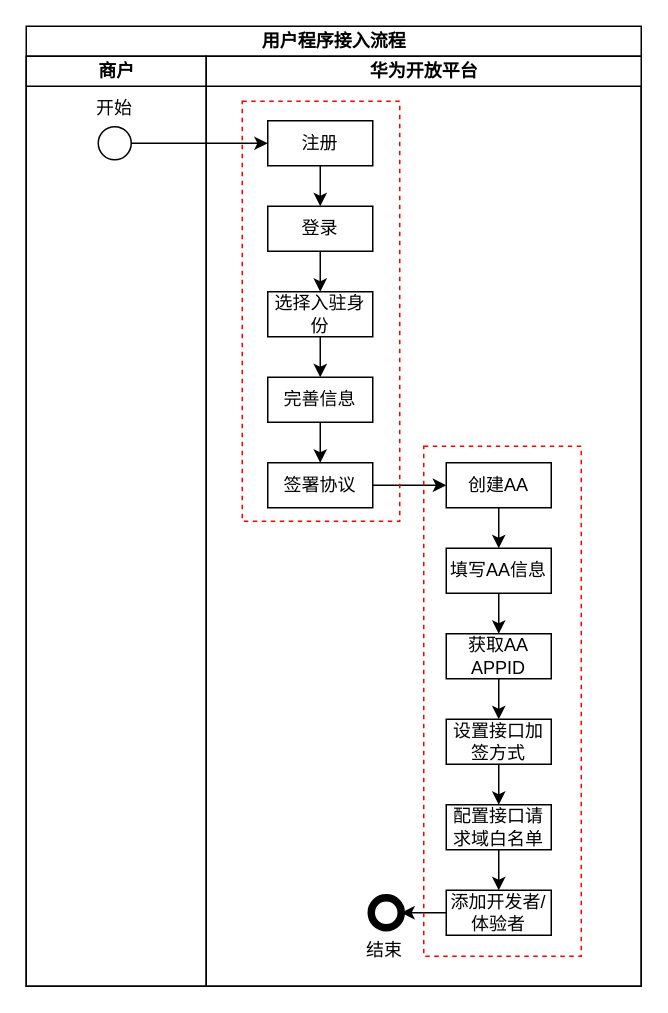
Earlier version of the draw.io diagram draw/注册-创建AA.drawio (befairyliu/draw.io). Source tidied: cells renumbered, new cells numbered last; positions are measured from the earlier drawing's top-left corner, leaving out a move shared by most shapes. Both pictures are drawn from the tidied source at 150%, with x=0, y=0 at pixel (26, 26).
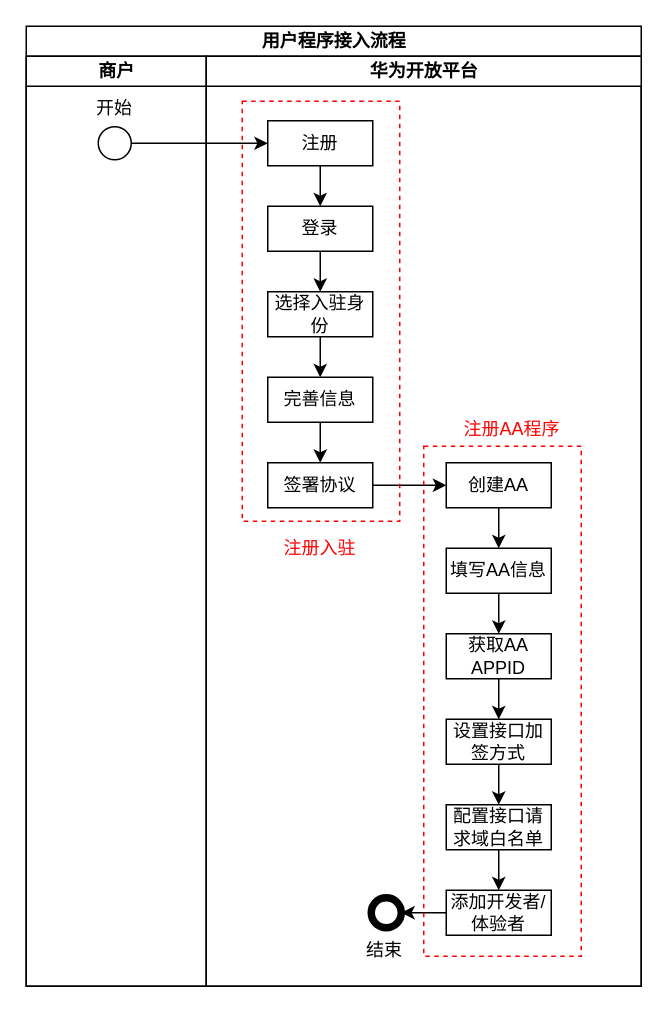
The same diagram, later.

Unchanged cells that the change refers to:
```xml
<mxCell id="5" value="华为开放平台" style="swimlane;html=1;startSize=20;" parent="2" vertex="1">
  <mxGeometry x="120" y="20" width="290" height="620" as="geometry" />
</mxCell>
```

The edit, as a diff of the source:
```diff
@@
+    <mxCell id="34" value="&lt;font color=&quot;#ff0000&quot;&gt;注册入驻&lt;/font&gt;" style="text;html=1;align=left;verticalAlign=top;spacingTop=-4;" parent="5" vertex="1">
+      <mxGeometry x="50" y="318" width="80" height="10" as="geometry" />
+    </mxCell>
+    <mxCell id="35" value="&lt;font color=&quot;#ff0000&quot;&gt;注册AA程序&lt;/font&gt;" style="text;html=1;align=left;verticalAlign=top;spacingTop=-4;" parent="5" vertex="1">
+      <mxGeometry x="170" y="239" width="100" height="10" as="geometry" />
+    </mxCell>
```
